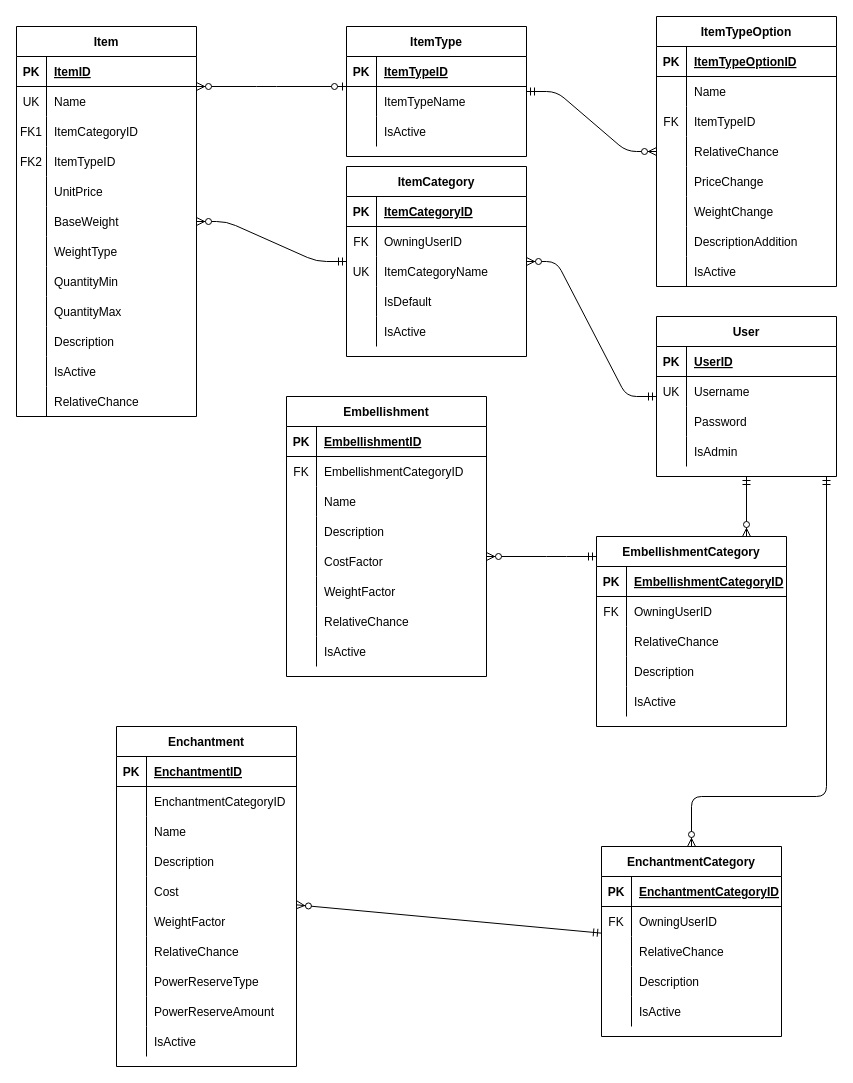
The draw.io diagram DatabaseDesign/DatabaseDiagrams.drawio in nico6bury/CIS560TeamProject, before the edit. Source tidied: cells renumbered, new cells numbered last; positions are measured from the earlier drawing's top-left corner, leaving out a move shared by most shapes. Both pictures are drawn from the tidied source at 100%, with x=0, y=0 at pixel (16, 16).
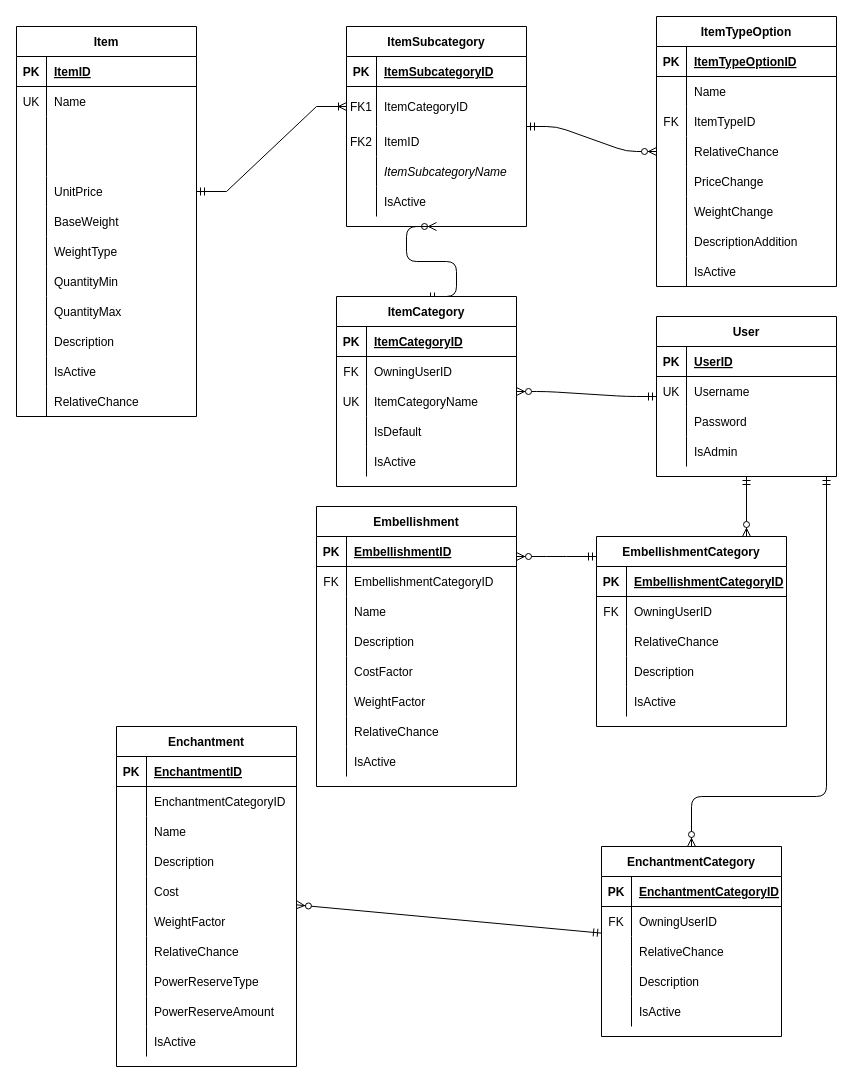
The same page after the edit.

Unchanged cells that the change refers to:
```xml
<mxCell id="6" value="Item" style="shape=table;startSize=30;childLayout=tableLayout;rowLines=0;fontStyle=1;align=center;" parent="1" vertex="1">
  <mxGeometry y="10" width="180" height="390" as="geometry" />
</mxCell>
<mxCell id="13" style="shape=partialRectangle;fillColor=none;top=0;left=0;bottom=0;right=0;" parent="6" vertex="1">
  <mxGeometry y="90" width="180" height="30" as="geometry" />
</mxCell>
<mxCell id="16" style="shape=partialRectangle;fillColor=none;top=0;left=0;bottom=0;right=0;" parent="6" vertex="1">
  <mxGeometry y="120" width="180" height="30" as="geometry" />
</mxCell>
<mxCell id="19" style="shape=partialRectangle;fillColor=none;top=0;left=0;bottom=0;right=0;points=[[0,0.5],[1,0.5]];portConstraint=eastwest;" parent="6" vertex="1">
  <mxGeometry y="150" width="180" height="30" as="geometry" />
</mxCell>
<mxCell id="44" style="shape=partialRectangle;fillColor=none;top=0;left=0;bottom=1;right=0;" parent="43" vertex="1">
  <mxGeometry y="30" width="180" height="30" as="geometry" />
</mxCell>
```

What changed in the source:
```diff
@@
-    <mxCell id="2" style="edgeStyle=entityRelationEdgeStyle;fontSize=12;html=1;endArrow=ERzeroToMany;startArrow=ERmandOne;" parent="1" edge="1" source="111" target="6">
+    <mxCell id="2" style="edgeStyle=entityRelationEdgeStyle;fontSize=12;html=1;endArrow=ERzeroToMany;startArrow=ERmandOne;exitX=0.5;exitY=0;exitDx=0;exitDy=0;entryX=0.5;entryY=1;entryDx=0;entryDy=0;" parent="1" edge="1" source="111" target="43">
       <mxGeometry relative="1" as="geometry" />
     </mxCell>
@@
-    <mxCell id="4" style="fontSize=12;html=1;endArrow=ERzeroToMany;startArrow=ERzeroToOne;edgeStyle=orthogonalEdgeStyle;" parent="1" edge="1" source="43" target="6">
-      <mxGeometry relative="1" as="geometry">
-        <Array as="points">
-          <mxPoint x="250" y="70" />
-          <mxPoint x="250" y="70" />
-        </Array>
-      </mxGeometry>
-    </mxCell>
@@
-    <mxCell id="14" value="FK1" style="shape=partialRectangle;fillColor=none;top=0;left=0;bottom=0;right=0;fontStyle=0;overflow=hidden;" parent="13" vertex="1">
+    <mxCell id="14" style="shape=partialRectangle;fillColor=none;top=0;left=0;bottom=0;right=0;fontStyle=0;overflow=hidden;" parent="13" vertex="1">
       <mxGeometry width="30" height="30" as="geometry" />
     </mxCell>
-    <mxCell id="15" value="ItemCategoryID" style="shape=partialRectangle;fillColor=none;top=0;left=0;bottom=0;right=0;align=left;spacingLeft=6;fontStyle=0;overflow=hidden;" parent="13" vertex="1">
+    <mxCell id="15" style="shape=partialRectangle;fillColor=none;top=0;left=0;bottom=0;right=0;align=left;spacingLeft=6;fontStyle=0;overflow=hidden;" parent="13" vertex="1">
       <mxGeometry x="30" width="150" height="30" as="geometry" />
     </mxCell>
@@
-    <mxCell id="17" value="FK2" style="shape=partialRectangle;fillColor=none;top=0;left=0;bottom=0;right=0;overflow=hidden;" parent="16" vertex="1">
+    <mxCell id="17" style="shape=partialRectangle;fillColor=none;top=0;left=0;bottom=0;right=0;overflow=hidden;" parent="16" vertex="1">
       <mxGeometry width="30" height="30" as="geometry" />
     </mxCell>
-    <mxCell id="18" value="ItemTypeID" style="shape=partialRectangle;fillColor=none;top=0;left=0;bottom=0;right=0;align=left;spacingLeft=6;overflow=hidden;" parent="16" vertex="1">
+    <mxCell id="18" style="shape=partialRectangle;fillColor=none;top=0;left=0;bottom=0;right=0;align=left;spacingLeft=6;overflow=hidden;" parent="16" vertex="1">
       <mxGeometry x="30" width="150" height="30" as="geometry" />
     </mxCell>
@@
-    <mxCell id="43" value="ItemType" style="shape=table;startSize=30;childLayout=tableLayout;rowLines=0;fontStyle=1;align=center;" parent="1" vertex="1">
-      <mxGeometry x="330" y="10" width="180" height="130" as="geometry" />
+    <mxCell id="43" value="ItemSubcategory" style="shape=table;startSize=30;childLayout=tableLayout;rowLines=0;fontStyle=1;align=center;" parent="1" vertex="1">
+      <mxGeometry x="330" y="10" width="180" height="200" as="geometry" />
     </mxCell>
@@
-    <mxCell id="46" value="ItemTypeID" style="shape=partialRectangle;fillColor=none;top=0;left=0;bottom=0;right=0;align=left;spacingLeft=6;fontStyle=5;overflow=hidden;" parent="44" vertex="1">
+    <mxCell id="46" value="ItemSubcategoryID" style="shape=partialRectangle;fillColor=none;top=0;left=0;bottom=0;right=0;align=left;spacingLeft=6;fontStyle=5;overflow=hidden;" parent="44" vertex="1">
       <mxGeometry x="30" width="150" height="30" as="geometry" />
     </mxCell>
     <mxCell id="47" style="shape=partialRectangle;fillColor=none;top=0;left=0;bottom=0;right=0;points=[[0,0.5],[1,0.5]];portConstraint=eastwest;" parent="43" vertex="1">
-      <mxGeometry y="60" width="180" height="30" as="geometry" />
+      <mxGeometry y="60" width="180" height="40" as="geometry" />
     </mxCell>
-    <mxCell id="48" style="shape=partialRectangle;fillColor=none;top=0;left=0;bottom=0;right=0;overflow=hidden;" parent="47" vertex="1">
-      <mxGeometry width="30" height="30" as="geometry" />
+    <mxCell id="48" value="FK1" style="shape=partialRectangle;fillColor=none;top=0;left=0;bottom=0;right=0;overflow=hidden;" parent="47" vertex="1">
+      <mxGeometry width="30" height="40" as="geometry" />
     </mxCell>
-    <mxCell id="49" value="ItemTypeName" style="shape=partialRectangle;fillColor=none;top=0;left=0;bottom=0;right=0;align=left;spacingLeft=6;overflow=hidden;" parent="47" vertex="1">
-      <mxGeometry x="30" width="150" height="30" as="geometry" />
+    <mxCell id="49" value="ItemCategoryID" style="shape=partialRectangle;fillColor=none;top=0;left=0;bottom=0;right=0;align=left;spacingLeft=6;overflow=hidden;" parent="47" vertex="1">
+      <mxGeometry x="30" width="150" height="40" as="geometry" />
     </mxCell>
-    <mxCell id="50" style="shape=partialRectangle;fillColor=none;top=0;left=0;bottom=0;right=0;" parent="43" vertex="1">
-      <mxGeometry y="90" width="180" height="30" as="geometry" />
-    </mxCell>
+    <mxCell id="199" style="shape=partialRectangle;fillColor=none;top=0;left=0;bottom=0;right=0;" parent="43" vertex="1">
+      <mxGeometry y="100" width="180" height="30" as="geometry" />
+    </mxCell>
+    <mxCell id="200" value="FK2" style="shape=partialRectangle;fillColor=none;top=0;left=0;bottom=0;right=0;fontStyle=0;overflow=hidden;" parent="199" vertex="1">
+      <mxGeometry width="30" height="30" as="geometry" />
+    </mxCell>
+    <mxCell id="201" value="ItemID" style="shape=partialRectangle;fillColor=none;top=0;left=0;bottom=0;right=0;align=left;spacingLeft=6;fontStyle=0;overflow=hidden;" parent="199" vertex="1">
+      <mxGeometry x="30" width="150" height="30" as="geometry" />
+    </mxCell>
+    <mxCell id="202" style="shape=partialRectangle;fillColor=none;top=0;left=0;bottom=0;right=0;" parent="43" vertex="1">
+      <mxGeometry y="130" width="180" height="30" as="geometry" />
+    </mxCell>
+    <mxCell id="203" style="shape=partialRectangle;fillColor=none;top=0;left=0;bottom=0;right=0;fontStyle=0;overflow=hidden;" parent="202" vertex="1">
+      <mxGeometry width="30" height="30" as="geometry" />
+    </mxCell>
+    <mxCell id="204" value="ItemSubcategoryName" style="shape=partialRectangle;fillColor=none;top=0;left=0;bottom=0;right=0;align=left;spacingLeft=6;fontStyle=2;overflow=hidden;" parent="202" vertex="1">
+      <mxGeometry x="30" width="150" height="30" as="geometry" />
+    </mxCell>
+    <mxCell id="205" style="shape=partialRectangle;fillColor=none;top=0;left=0;bottom=0;right=0;" parent="43" vertex="1">
+      <mxGeometry y="160" width="180" height="30" as="geometry" />
+    </mxCell>
-    <mxCell id="51" style="shape=partialRectangle;fillColor=none;top=0;left=0;bottom=0;right=0;overflow=hidden;" parent="50" vertex="1">
+    <mxCell id="51" style="shape=partialRectangle;fillColor=none;top=0;left=0;bottom=0;right=0;overflow=hidden;" parent="205" vertex="1">
       <mxGeometry width="30" height="30" as="geometry" />
     </mxCell>
-    <mxCell id="52" value="IsActive" style="shape=partialRectangle;fillColor=none;top=0;left=0;bottom=0;right=0;align=left;spacingLeft=6;overflow=hidden;" parent="50" vertex="1">
+    <mxCell id="52" value="IsActive" style="shape=partialRectangle;fillColor=none;top=0;left=0;bottom=0;right=0;align=left;spacingLeft=6;overflow=hidden;" parent="205" vertex="1">
       <mxGeometry x="30" width="150" height="30" as="geometry" />
     </mxCell>
@@
     <mxCell id="111" value="ItemCategory" style="shape=table;startSize=30;childLayout=tableLayout;rowLines=0;fontStyle=1;align=center;" parent="1" vertex="1">
-      <mxGeometry x="330" y="150" width="180" height="190" as="geometry" />
+      <mxGeometry x="320" y="280" width="180" height="190" as="geometry" />
     </mxCell>
@@
     <mxCell id="174" value="Embellishment" style="shape=table;startSize=30;childLayout=tableLayout;rowLines=0;fontStyle=1;align=center;" parent="1" vertex="1">
-      <mxGeometry x="270" y="380" width="200" height="280" as="geometry" />
+      <mxGeometry x="300" y="490" width="200" height="280" as="geometry" />
     </mxCell>
@@
+    <mxCell id="206" style="edgeStyle=entityRelationEdgeStyle;fontSize=12;html=1;endArrow=ERoneToMany;startArrow=ERmandOne;rounded=0;exitX=1;exitY=0.5;exitDx=0;exitDy=0;" parent="1" edge="1" source="19" target="47">
+      <mxGeometry relative="1" as="geometry" />
+    </mxCell>
```
